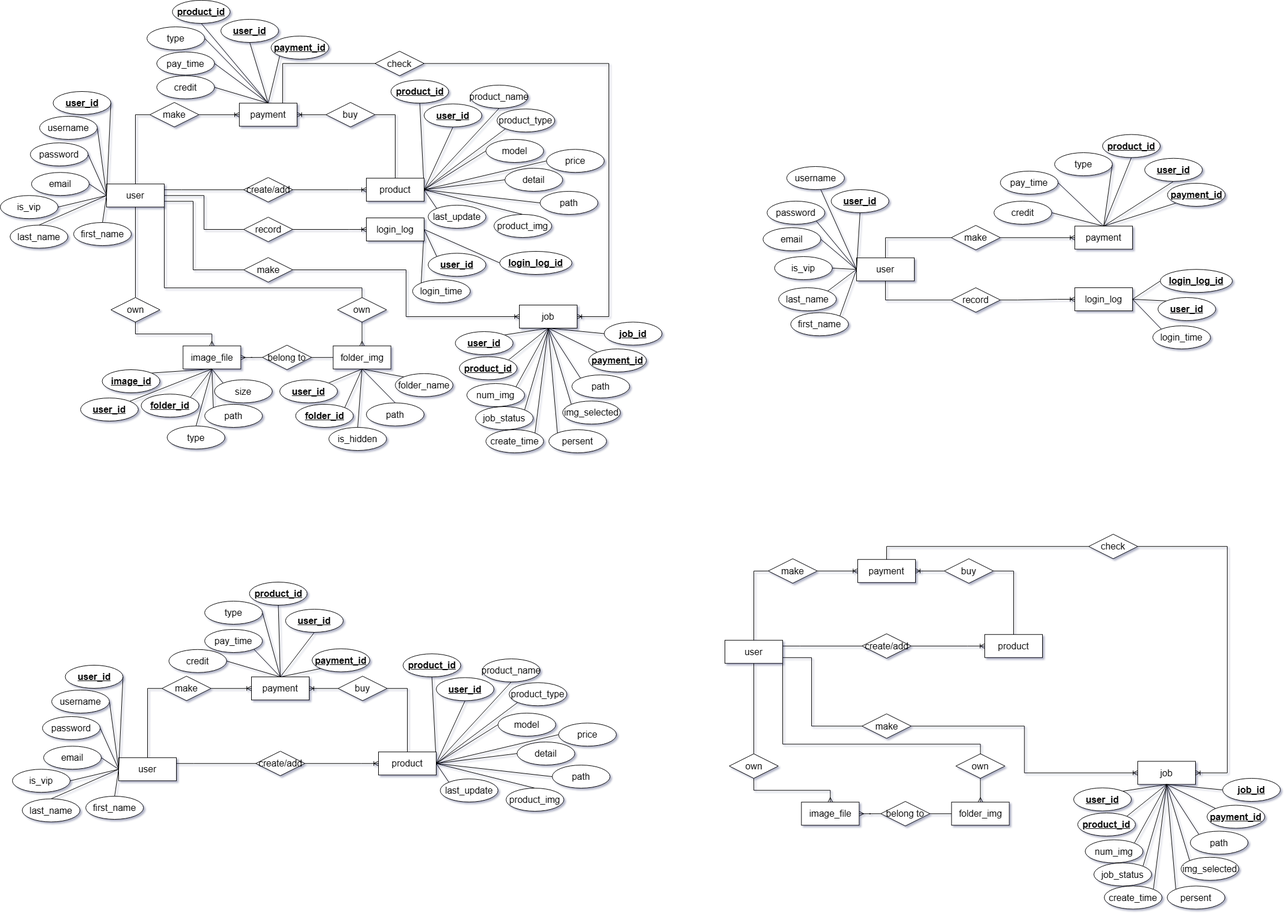
Above: Docs/ER_diagram.drawio.png in SuteeSaraphan/IPAuTSoNS (draw.io), before the change. Source tidied: cells renumbered, new cells last; positions are measured from the earlier drawing's top-left corner, leaving out a move shared by most shapes.
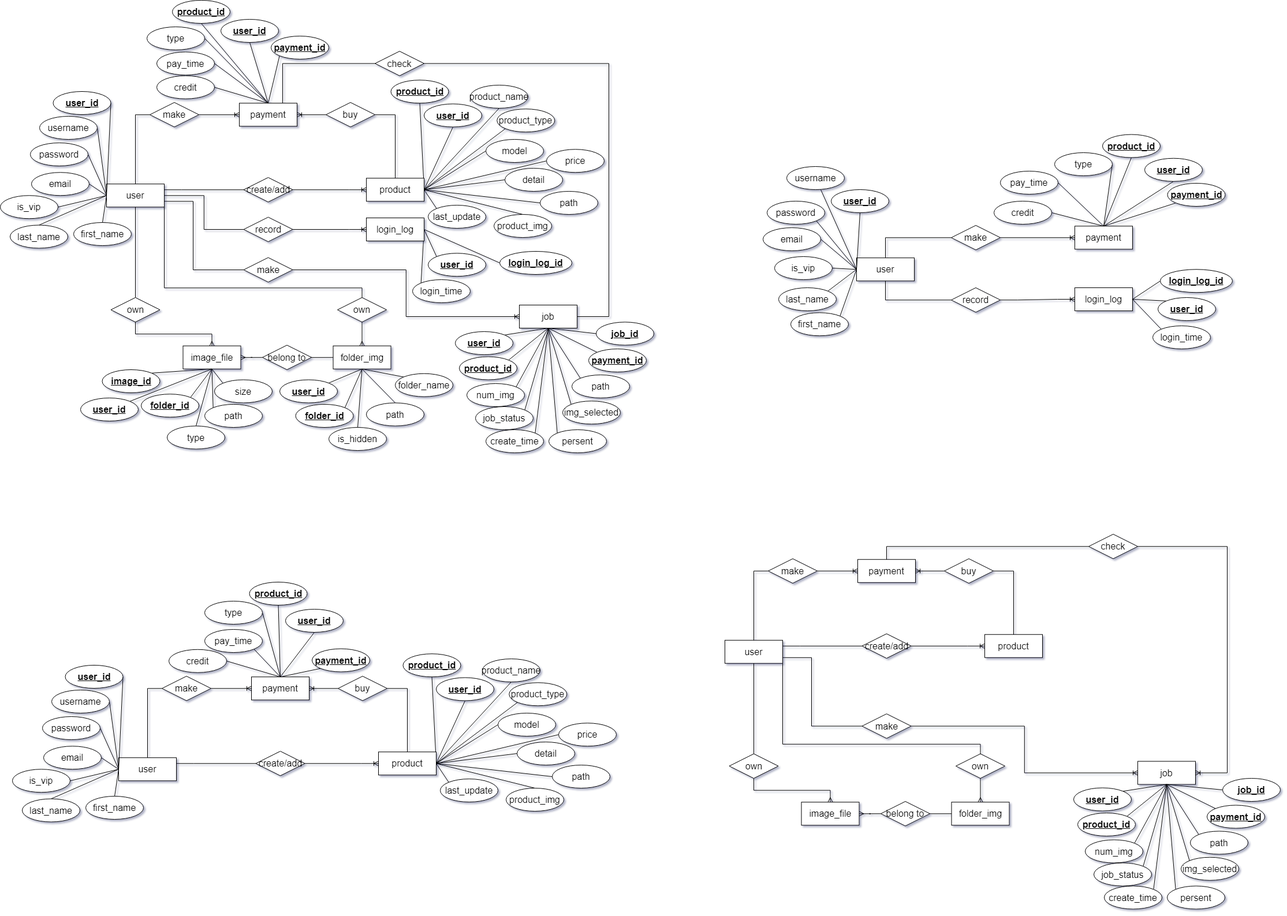
After the commit.

Change to the diagram source:
```diff
@@ -135,7 +135,7 @@
     <mxCell id="41" style="edgeStyle=orthogonalEdgeStyle;fontSize=16;html=1;endArrow=ERoneToMany;rounded=0;exitX=0;exitY=0.5;exitDx=0;exitDy=0;entryX=1;entryY=0.5;entryDx=0;entryDy=0;startArrow=none;labelBackgroundColor=none;" parent="1" edge="1" source="43" target="26">
       <mxGeometry relative="1" as="geometry" />
     </mxCell>
-    <mxCell id="42" style="edgeStyle=orthogonalEdgeStyle;fontSize=16;html=1;endArrow=ERoneToMany;rounded=0;exitX=1;exitY=0.5;exitDx=0;exitDy=0;startArrow=none;entryX=1;entryY=0.5;entryDx=0;entryDy=0;labelBackgroundColor=none;" parent="1" edge="1" source="47" target="16">
+    <mxCell id="42" style="edgeStyle=orthogonalEdgeStyle;fontSize=16;html=1;endArrow=none;rounded=0;exitX=1;exitY=0.5;exitDx=0;exitDy=0;startArrow=none;entryX=1;entryY=0.5;entryDx=0;entryDy=0;labelBackgroundColor=none;endFill=0;" parent="1" edge="1" source="47" target="16">
       <mxGeometry relative="1" as="geometry">
         <Array as="points">
           <mxPoint x="1054" y="109" />
@@ -263,7 +263,7 @@
       <mxGeometry relative="1" as="geometry" />
     </mxCell>
     <mxCell id="81" value="job_id" style="ellipse;whiteSpace=wrap;html=1;align=center;fontStyle=5;fontSize=16;labelBackgroundColor=none;" parent="1" vertex="1">
-      <mxGeometry x="1046" y="557.5" width="100" height="40" as="geometry" />
+      <mxGeometry x="1032" y="557.5" width="100" height="40" as="geometry" />
     </mxCell>
     <mxCell id="82" style="edgeStyle=none;rounded=0;jettySize=auto;html=1;exitX=1;exitY=0;exitDx=0;exitDy=0;strokeColor=default;endArrow=none;endFill=0;fontSize=16;labelBackgroundColor=none;" parent="1" edge="1" source="83">
       <mxGeometry relative="1" as="geometry">
```
